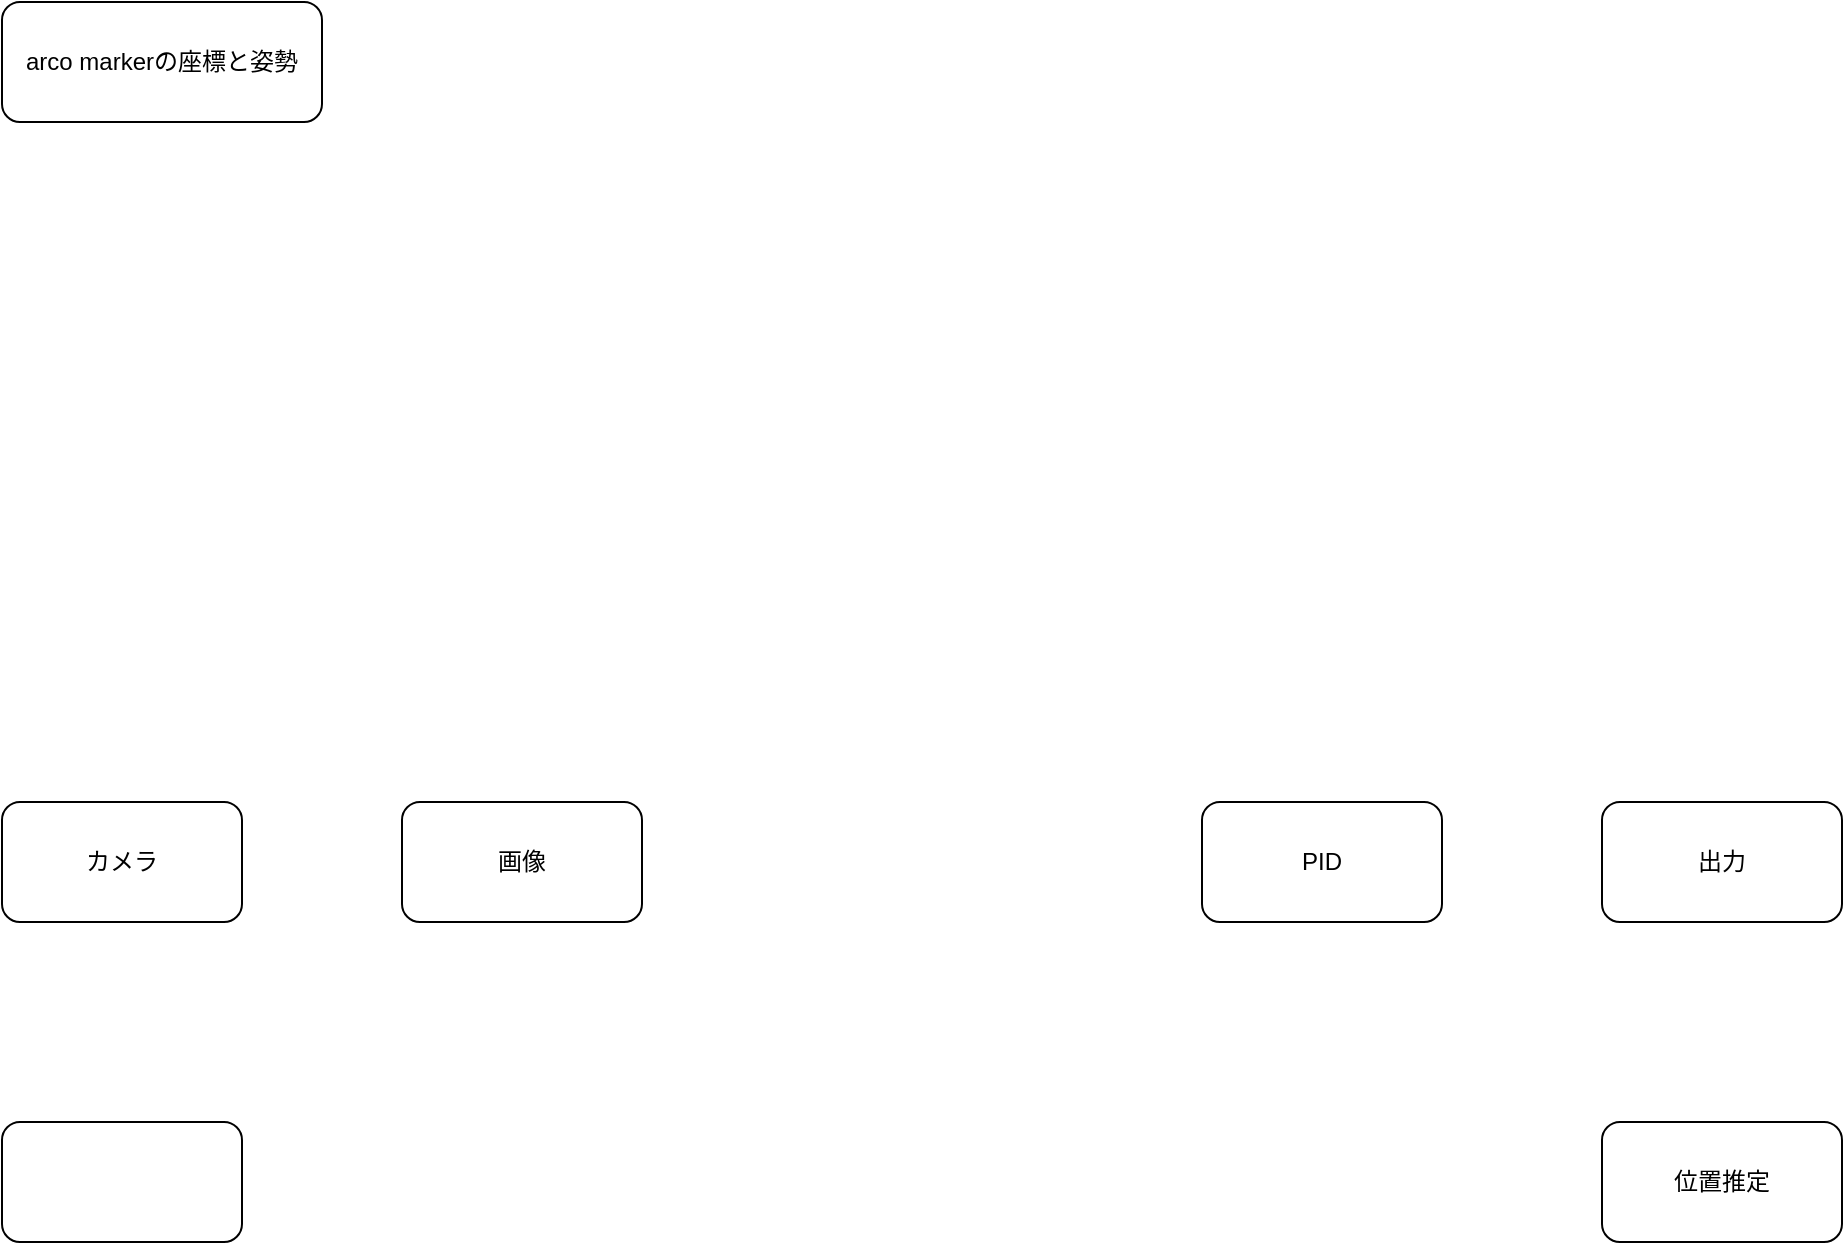
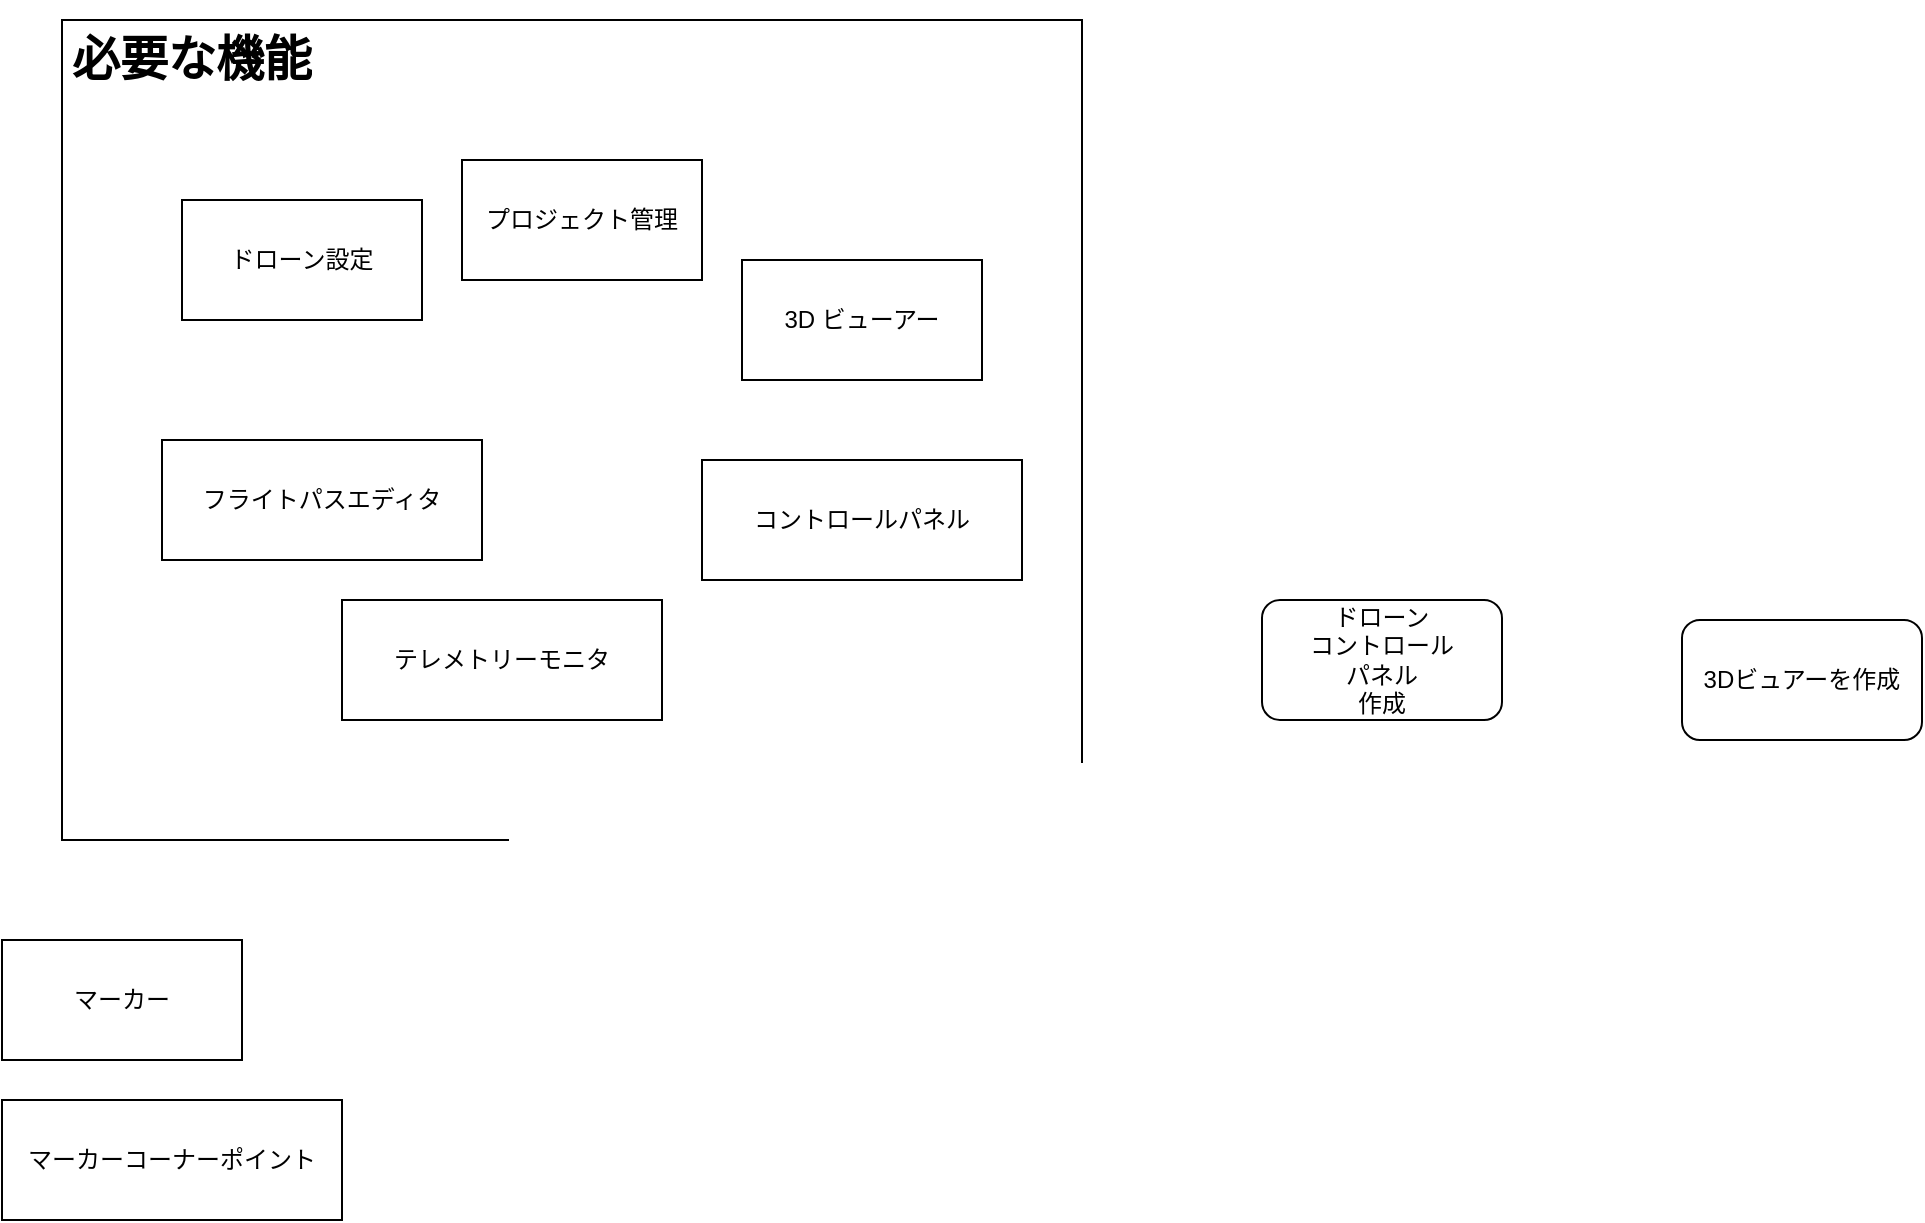
- <mxfile host="Electron" modified="2024-06-17T14:51:43.699Z" agent="5.0 (Macintosh; Intel Mac OS X 10_15_7) AppleWebKit/537.36 (KHTML, like Gecko) draw.io/20.8.16 Chrome/106.0.5249.199 Electron/21.4.0 Safari/537.36" etag="kFTKwlV7djzrklNd0XV3" version="20.8.16" type="device" pages="3"><diagram name="概要" id="KyckfTdw7PnfaO1ii580"><mxGraphModel dx="1434" dy="854" grid="1" gridSize="10" guides="1" tooltips="1" connect="1" arrows="1" fold="1" page="1" pageScale="1" pageWidth="1169" pageHeight="827" math="0" shadow="0"><root><mxCell id="0"/><mxCell id="1" parent="0"/><mxCell id="j7rAYdMBdVq6ZJVmMPDh-2" value="arco markerの座標と姿勢" style="rounded=1;whiteSpace=wrap;html=1;" parent="1" vertex="1"><mxGeometry x="80" y="90" width="160" height="60" as="geometry"/></mxCell><mxCell id="j7rAYdMBdVq6ZJVmMPDh-5" value="カメラ" style="rounded=1;whiteSpace=wrap;html=1;" parent="1" vertex="1"><mxGeometry x="80" y="490" width="120" height="60" as="geometry"/></mxCell><mxCell id="16dW-mc-OxvcpwJw8MpS-1" value="画像" style="rounded=1;whiteSpace=wrap;html=1;" vertex="1" parent="1"><mxGeometry x="280" y="490" width="120" height="60" as="geometry"/></mxCell><mxCell id="16dW-mc-OxvcpwJw8MpS-2" value="位置推定" style="rounded=1;whiteSpace=wrap;html=1;" vertex="1" parent="1"><mxGeometry x="880" y="650" width="120" height="60" as="geometry"/></mxCell><mxCell id="16dW-mc-OxvcpwJw8MpS-3" value="PID" style="rounded=1;whiteSpace=wrap;html=1;" vertex="1" parent="1"><mxGeometry x="680" y="490" width="120" height="60" as="geometry"/></mxCell><mxCell id="16dW-mc-OxvcpwJw8MpS-4" value="出力" style="rounded=1;whiteSpace=wrap;html=1;" vertex="1" parent="1"><mxGeometry x="880" y="490" width="120" height="60" as="geometry"/></mxCell><mxCell id="16dW-mc-OxvcpwJw8MpS-5" value="" style="rounded=1;whiteSpace=wrap;html=1;" vertex="1" parent="1"><mxGeometry x="80" y="650" width="120" height="60" as="geometry"/></mxCell></root></mxGraphModel></diagram><diagram id="Tcn5WZPddWgwZxQtCXYK" name="作業フロー"><mxGraphModel dx="1434" dy="854" grid="1" gridSize="10" guides="1" tooltips="1" connect="1" arrows="1" fold="1" page="1" pageScale="1" pageWidth="827" pageHeight="1169" math="0" shadow="0"><root><mxCell id="0"/><mxCell id="1" parent="0"/><mxCell id="d_vxp0f2NXyuGDoto64T-1" value="アプリ起動" style="rounded=1;whiteSpace=wrap;html=1;" vertex="1" parent="1"><mxGeometry x="360" y="50" width="120" height="60" as="geometry"/></mxCell><mxCell id="d_vxp0f2NXyuGDoto64T-2" value="プロジェクト選択" style="rounded=1;whiteSpace=wrap;html=1;" vertex="1" parent="1"><mxGeometry x="360" y="340" width="120" height="60" as="geometry"/></mxCell><mxCell id="d_vxp0f2NXyuGDoto64T-6" value="トップページ&lt;br&gt;プロジェクト単位で作業する。&lt;br&gt;機能&lt;br&gt;・新規プロジェクト作成&lt;br&gt;・プロジェクトリストを管理" style="rounded=0;whiteSpace=wrap;html=1;" vertex="1" parent="1"><mxGeometry x="285" y="150" width="270" height="90" as="geometry"/></mxCell><mxCell id="d_vxp0f2NXyuGDoto64T-7" value="メイン画面" style="rounded=0;whiteSpace=wrap;html=1;" vertex="1" parent="1"><mxGeometry x="285" y="480" width="270" height="90" as="geometry"/></mxCell><mxCell id="d_vxp0f2NXyuGDoto64T-8" value="" style="rounded=0;whiteSpace=wrap;html=1;" vertex="1" parent="1"><mxGeometry x="354" y="650" width="120" height="60" as="geometry"/></mxCell><mxCell id="d_vxp0f2NXyuGDoto64T-9" value="" style="ellipse;whiteSpace=wrap;html=1;" vertex="1" parent="1"><mxGeometry x="70" y="150" width="120" height="80" as="geometry"/></mxCell><mxCell id="d_vxp0f2NXyuGDoto64T-10" value="まずは設定ファイルを開く&lt;br&gt;projects.json" style="ellipse;shape=cloud;whiteSpace=wrap;html=1;" vertex="1" parent="1"><mxGeometry x="530" y="130" width="270" height="150" as="geometry"/></mxCell></root></mxGraphModel></diagram><diagram id="Uy_f0hMSyoCAQ_gg5zSW" name="UI設計"><mxGraphModel dx="1434" dy="854" grid="1" gridSize="10" guides="1" tooltips="1" connect="1" arrows="1" fold="1" page="1" pageScale="1" pageWidth="1169" pageHeight="827" math="0" shadow="0"><root><mxCell id="0"/><mxCell id="1" parent="0"/><mxCell id="cUNW5vRXVYPnjUe3A7Vu-2" value="" style="rounded=0;whiteSpace=wrap;html=1;" vertex="1" parent="1"><mxGeometry x="160" y="120" width="720" height="480" as="geometry"/></mxCell></root></mxGraphModel></diagram></mxfile>+ <mxfile host="Electron" modified="2024-07-12T08:40:53.159Z" agent="Mozilla/5.0 (Windows NT 10.0; Win64; x64) AppleWebKit/537.36 (KHTML, like Gecko) draw.io/22.0.3 Chrome/114.0.5735.289 Electron/25.8.4 Safari/537.36" etag="lT0yG5EWXhqq0EHKloCQ" version="22.0.3" type="device" pages="3">
+   <diagram id="qIAXnQp4ejcZ3En0vKtI" name="開発フェーズ">
+     <mxGraphModel dx="1434" dy="836" grid="1" gridSize="10" guides="1" tooltips="1" connect="1" arrows="1" fold="1" page="1" pageScale="1" pageWidth="1169" pageHeight="827" math="0" shadow="0">
+       <root>
+         <mxCell id="0" />
+         <mxCell id="1" parent="0" />
+         <mxCell id="H6su-ZvEpCu7qMunxcAP-1" value="3Dビュアーを作成" style="rounded=1;whiteSpace=wrap;html=1;" parent="1" vertex="1">
+           <mxGeometry x="920" y="340" width="120" height="60" as="geometry" />
+         </mxCell>
+         <mxCell id="H6su-ZvEpCu7qMunxcAP-2" value="ドローン&lt;br&gt;コントロール&lt;br&gt;パネル&lt;br&gt;作成" style="rounded=1;whiteSpace=wrap;html=1;" parent="1" vertex="1">
+           <mxGeometry x="710" y="330" width="120" height="60" as="geometry" />
+         </mxCell>
+         <mxCell id="Cj4UUGhquVSb6qy1wkXg-1" value="&lt;h1&gt;必要な機能&lt;/h1&gt;" style="text;html=1;strokeColor=default;fillColor=none;spacing=5;spacingTop=-20;whiteSpace=wrap;overflow=hidden;rounded=0;" parent="1" vertex="1">
+           <mxGeometry x="110" y="40" width="510" height="410" as="geometry" />
+         </mxCell>
+         <mxCell id="Cj4UUGhquVSb6qy1wkXg-3" value="プロジェクト管理" style="rounded=0;whiteSpace=wrap;html=1;" parent="1" vertex="1">
+           <mxGeometry x="310" y="110" width="120" height="60" as="geometry" />
+         </mxCell>
+         <mxCell id="Cj4UUGhquVSb6qy1wkXg-4" value="フライトパスエディタ" style="rounded=0;whiteSpace=wrap;html=1;" parent="1" vertex="1">
+           <mxGeometry x="160" y="250" width="160" height="60" as="geometry" />
+         </mxCell>
+         <mxCell id="Cj4UUGhquVSb6qy1wkXg-5" value="コントロールパネル" style="rounded=0;whiteSpace=wrap;html=1;" parent="1" vertex="1">
+           <mxGeometry x="430" y="260" width="160" height="60" as="geometry" />
+         </mxCell>
+         <mxCell id="Cj4UUGhquVSb6qy1wkXg-6" value="テレメトリーモニタ" style="rounded=0;whiteSpace=wrap;html=1;" parent="1" vertex="1">
+           <mxGeometry x="250" y="330" width="160" height="60" as="geometry" />
+         </mxCell>
+         <mxCell id="3XeIZp7PK6LM1uGF6eY_-1" value="3D ビューアー" style="rounded=0;whiteSpace=wrap;html=1;" vertex="1" parent="1">
+           <mxGeometry x="450" y="160" width="120" height="60" as="geometry" />
+         </mxCell>
+         <mxCell id="3XeIZp7PK6LM1uGF6eY_-2" value="マーカー" style="rounded=0;whiteSpace=wrap;html=1;" vertex="1" parent="1">
+           <mxGeometry x="80" y="500" width="120" height="60" as="geometry" />
+         </mxCell>
+         <mxCell id="3XeIZp7PK6LM1uGF6eY_-3" value="マーカーコーナーポイント" style="rounded=0;whiteSpace=wrap;html=1;" vertex="1" parent="1">
+           <mxGeometry x="80" y="580" width="170" height="60" as="geometry" />
+         </mxCell>
+         <mxCell id="3XeIZp7PK6LM1uGF6eY_-4" value="ドローン設定" style="rounded=0;whiteSpace=wrap;html=1;" vertex="1" parent="1">
+           <mxGeometry x="170" y="130" width="120" height="60" as="geometry" />
+         </mxCell>
+       </root>
+     </mxGraphModel>
+   </diagram>
+   <diagram name="概要" id="KyckfTdw7PnfaO1ii580">
+     <mxGraphModel dx="1418" dy="820" grid="1" gridSize="10" guides="1" tooltips="1" connect="1" arrows="1" fold="1" page="1" pageScale="1" pageWidth="1169" pageHeight="827" math="0" shadow="0">
+       <root>
+         <mxCell id="0" />
+         <mxCell id="1" parent="0" />
+         <mxCell id="j7rAYdMBdVq6ZJVmMPDh-2" value="arco markerの座標と姿勢" style="rounded=1;whiteSpace=wrap;html=1;" parent="1" vertex="1">
+           <mxGeometry x="80" y="90" width="160" height="60" as="geometry" />
+         </mxCell>
+         <mxCell id="j7rAYdMBdVq6ZJVmMPDh-5" value="カメラ" style="rounded=1;whiteSpace=wrap;html=1;" parent="1" vertex="1">
+           <mxGeometry x="80" y="490" width="120" height="60" as="geometry" />
+         </mxCell>
+         <mxCell id="16dW-mc-OxvcpwJw8MpS-1" value="画像" style="rounded=1;whiteSpace=wrap;html=1;" parent="1" vertex="1">
+           <mxGeometry x="280" y="490" width="120" height="60" as="geometry" />
+         </mxCell>
+         <mxCell id="16dW-mc-OxvcpwJw8MpS-2" value="位置推定" style="rounded=1;whiteSpace=wrap;html=1;" parent="1" vertex="1">
+           <mxGeometry x="880" y="650" width="120" height="60" as="geometry" />
+         </mxCell>
+         <mxCell id="16dW-mc-OxvcpwJw8MpS-3" value="PID" style="rounded=1;whiteSpace=wrap;html=1;" parent="1" vertex="1">
+           <mxGeometry x="680" y="490" width="120" height="60" as="geometry" />
+         </mxCell>
+         <mxCell id="16dW-mc-OxvcpwJw8MpS-4" value="出力" style="rounded=1;whiteSpace=wrap;html=1;" parent="1" vertex="1">
+           <mxGeometry x="880" y="490" width="120" height="60" as="geometry" />
+         </mxCell>
+         <mxCell id="16dW-mc-OxvcpwJw8MpS-5" value="" style="rounded=1;whiteSpace=wrap;html=1;" parent="1" vertex="1">
+           <mxGeometry x="80" y="650" width="120" height="60" as="geometry" />
+         </mxCell>
+       </root>
+     </mxGraphModel>
+   </diagram>
+   <diagram id="Tcn5WZPddWgwZxQtCXYK" name="作業フロー">
+     <mxGraphModel dx="1434" dy="854" grid="1" gridSize="10" guides="1" tooltips="1" connect="1" arrows="1" fold="1" page="1" pageScale="1" pageWidth="827" pageHeight="1169" math="0" shadow="0">
+       <root>
+         <mxCell id="0" />
+         <mxCell id="1" parent="0" />
+         <mxCell id="d_vxp0f2NXyuGDoto64T-1" value="アプリ起動" style="rounded=1;whiteSpace=wrap;html=1;" vertex="1" parent="1">
+           <mxGeometry x="360" y="50" width="120" height="60" as="geometry" />
+         </mxCell>
+         <mxCell id="d_vxp0f2NXyuGDoto64T-2" value="プロジェクト選択" style="rounded=1;whiteSpace=wrap;html=1;" vertex="1" parent="1">
+           <mxGeometry x="360" y="340" width="120" height="60" as="geometry" />
+         </mxCell>
+         <mxCell id="d_vxp0f2NXyuGDoto64T-6" value="トップページ&lt;br&gt;プロジェクト単位で作業する。&lt;br&gt;機能&lt;br&gt;・新規プロジェクト作成&lt;br&gt;・プロジェクトリストを管理" style="rounded=0;whiteSpace=wrap;html=1;" vertex="1" parent="1">
+           <mxGeometry x="285" y="150" width="270" height="90" as="geometry" />
+         </mxCell>
+         <mxCell id="d_vxp0f2NXyuGDoto64T-7" value="メイン画面" style="rounded=0;whiteSpace=wrap;html=1;" vertex="1" parent="1">
+           <mxGeometry x="285" y="480" width="270" height="90" as="geometry" />
+         </mxCell>
+         <mxCell id="d_vxp0f2NXyuGDoto64T-8" value="" style="rounded=0;whiteSpace=wrap;html=1;" vertex="1" parent="1">
+           <mxGeometry x="354" y="650" width="120" height="60" as="geometry" />
+         </mxCell>
+         <mxCell id="d_vxp0f2NXyuGDoto64T-9" value="" style="ellipse;whiteSpace=wrap;html=1;" vertex="1" parent="1">
+           <mxGeometry x="70" y="150" width="120" height="80" as="geometry" />
+         </mxCell>
+         <mxCell id="d_vxp0f2NXyuGDoto64T-10" value="まずは設定ファイルを開く&lt;br&gt;projects.json" style="ellipse;shape=cloud;whiteSpace=wrap;html=1;" vertex="1" parent="1">
+           <mxGeometry x="530" y="130" width="270" height="150" as="geometry" />
+         </mxCell>
+       </root>
+     </mxGraphModel>
+   </diagram>
+ </mxfile>
